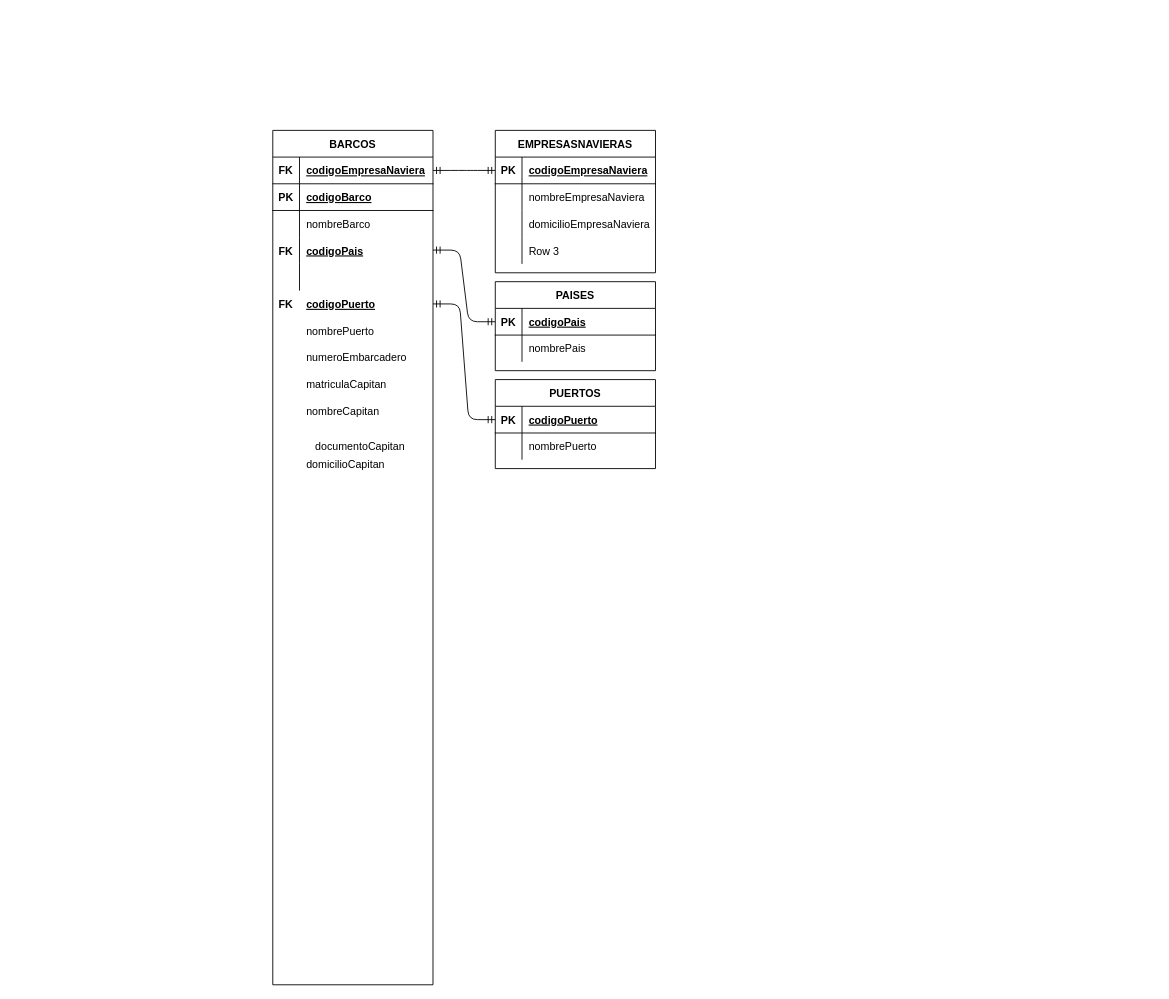
Earlier version of the draw.io diagram TPI_Barcos/DER.drawio (FedericoRocca/DyADDBB_1erCuatrimestre_2021). Source tidied: cells renumbered, new cells numbered last; positions are measured from the earlier drawing's top-left corner, leaving out a move shared by most shapes. Both pictures are drawn from the tidied source at 89%, with x=0, y=0 at pixel (272, 130).
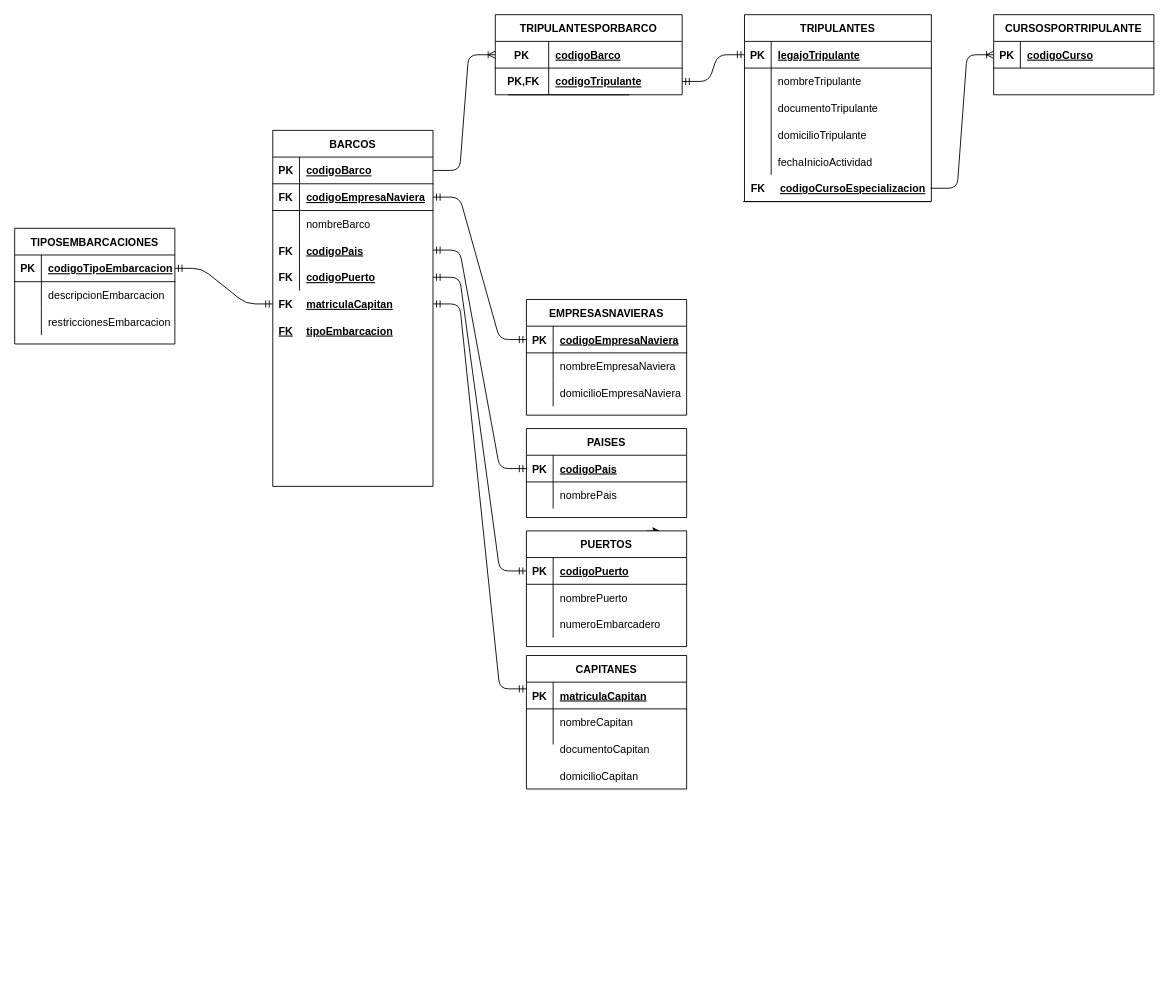
After the change.

Commit message:
Se agregan relaciones faltantes

What changed in the source:
```diff
@@
     <mxCell id="2" value="BARCOS" style="shape=table;startSize=30;childLayout=tableLayout;rowLines=0;fontStyle=1;align=center;" parent="1" vertex="1">
-      <mxGeometry width="180" height="960" as="geometry" />
+      <mxGeometry width="180" height="400" as="geometry" />
     </mxCell>
+    <mxCell id="6" style="shape=partialRectangle;fillColor=none;top=0;left=0;bottom=1;right=0;points=[[0,0.5],[1,0.5]];portConstraint=eastwest;" parent="2" vertex="1">
+      <mxGeometry y="30" width="180" height="30" as="geometry" />
+    </mxCell>
+    <mxCell id="7" value="PK" style="shape=partialRectangle;fillColor=none;top=0;left=0;bottom=0;right=0;fontStyle=1;overflow=hidden;" parent="6" vertex="1">
+      <mxGeometry width="30" height="30" as="geometry" />
+    </mxCell>
+    <mxCell id="8" value="codigoBarco" style="shape=partialRectangle;fillColor=none;top=0;left=0;bottom=0;right=0;align=left;spacingLeft=6;fontStyle=5;overflow=hidden;" parent="6" vertex="1">
+      <mxGeometry x="30" width="150" height="30" as="geometry" />
+    </mxCell>
     <mxCell id="3" style="shape=partialRectangle;fillColor=none;top=0;left=0;bottom=1;right=0;points=[[0,0.5],[1,0.5]];portConstraint=eastwest;" parent="2" vertex="1">
-      <mxGeometry y="30" width="180" height="30" as="geometry" />
+      <mxGeometry y="60" width="180" height="30" as="geometry" />
     </mxCell>
@@
-    <mxCell id="6" style="shape=partialRectangle;fillColor=none;top=0;left=0;bottom=1;right=0;points=[[0,0.5],[1,0.5]];portConstraint=eastwest;" parent="2" vertex="1">
-      <mxGeometry y="60" width="180" height="30" as="geometry" />
-    </mxCell>
-    <mxCell id="7" value="PK" style="shape=partialRectangle;fillColor=none;top=0;left=0;bottom=0;right=0;fontStyle=1;overflow=hidden;" parent="6" vertex="1">
-      <mxGeometry width="30" height="30" as="geometry" />
-    </mxCell>
-    <mxCell id="8" value="codigoBarco" style="shape=partialRectangle;fillColor=none;top=0;left=0;bottom=0;right=0;align=left;spacingLeft=6;fontStyle=5;overflow=hidden;" parent="6" vertex="1">
-      <mxGeometry x="30" width="150" height="30" as="geometry" />
-    </mxCell>
@@
     <mxCell id="21" style="shape=partialRectangle;fillColor=none;top=0;left=0;bottom=0;right=0;points=[[0,0.5],[1,0.5]];portConstraint=eastwest;fontStyle=1;" parent="1" vertex="1">
-      <mxGeometry y="180" width="180" height="30" as="geometry" />
+      <mxGeometry y="150" width="180" height="30" as="geometry" />
     </mxCell>
@@
-    <mxCell id="24" style="shape=partialRectangle;fillColor=none;top=0;left=0;bottom=0;right=0;" parent="1" vertex="1">
-      <mxGeometry y="210" width="180" height="30" as="geometry" />
-    </mxCell>
-    <mxCell id="25" style="shape=partialRectangle;fillColor=none;top=0;left=0;bottom=0;right=0;overflow=hidden;" parent="24" vertex="1">
-      <mxGeometry width="30" height="30" as="geometry" />
-    </mxCell>
-    <mxCell id="26" value="nombrePuerto" style="shape=partialRectangle;fillColor=none;top=0;left=0;bottom=0;right=0;align=left;spacingLeft=6;overflow=hidden;" parent="24" vertex="1">
-      <mxGeometry x="30" width="150" height="30" as="geometry" />
-    </mxCell>
-    <mxCell id="27" style="shape=partialRectangle;fillColor=none;top=0;left=0;bottom=0;right=0;" parent="1" vertex="1">
-      <mxGeometry y="240" width="180" height="30" as="geometry" />
-    </mxCell>
-    <mxCell id="28" style="shape=partialRectangle;fillColor=none;top=0;left=0;bottom=0;right=0;overflow=hidden;" parent="27" vertex="1">
-      <mxGeometry width="30" height="30" as="geometry" />
-    </mxCell>
-    <mxCell id="29" value="numeroEmbarcadero" style="shape=partialRectangle;fillColor=none;top=0;left=0;bottom=0;right=0;align=left;spacingLeft=6;overflow=hidden;" parent="27" vertex="1">
-      <mxGeometry x="30" width="150" height="30" as="geometry" />
-    </mxCell>
     <mxCell id="30" style="shape=partialRectangle;fillColor=none;top=0;left=0;bottom=0;right=0;points=[[0,0.5],[1,0.5]];portConstraint=eastwest;" parent="1" vertex="1">
-      <mxGeometry y="270" width="180" height="30" as="geometry" />
+      <mxGeometry y="180" width="180" height="30" as="geometry" />
     </mxCell>
-    <mxCell id="31" style="shape=partialRectangle;fillColor=none;top=0;left=0;bottom=0;right=0;overflow=hidden;" parent="30" vertex="1">
+    <mxCell id="31" value="FK" style="shape=partialRectangle;fillColor=none;top=0;left=0;bottom=0;right=0;overflow=hidden;fontStyle=1;" parent="30" vertex="1">
       <mxGeometry width="30" height="30" as="geometry" />
     </mxCell>
-    <mxCell id="32" value="matriculaCapitan" style="shape=partialRectangle;fillColor=none;top=0;left=0;bottom=0;right=0;align=left;spacingLeft=6;overflow=hidden;" parent="30" vertex="1">
+    <mxCell id="32" value="matriculaCapitan" style="shape=partialRectangle;fillColor=none;top=0;left=0;bottom=0;right=0;align=left;spacingLeft=6;overflow=hidden;fontStyle=5;" parent="30" vertex="1">
       <mxGeometry x="30" width="150" height="30" as="geometry" />
     </mxCell>
     <mxCell id="33" style="shape=partialRectangle;fillColor=none;top=0;left=0;bottom=0;right=0;" parent="1" vertex="1">
-      <mxGeometry y="300" width="180" height="30" as="geometry" />
+      <mxGeometry x="285" y="650" width="180" height="30" as="geometry" />
     </mxCell>
@@
     <mxCell id="36" style="shape=partialRectangle;fillColor=none;top=0;left=0;bottom=0;right=0;" parent="1" vertex="1">
-      <mxGeometry x="10" y="340" width="180" height="30" as="geometry" />
+      <mxGeometry x="285" y="680" width="180" height="30" as="geometry" />
     </mxCell>
@@
     <mxCell id="39" style="shape=partialRectangle;fillColor=none;top=0;left=0;bottom=0;right=0;" parent="1" vertex="1">
-      <mxGeometry y="360" width="180" height="30" as="geometry" />
+      <mxGeometry x="285" y="710" width="180" height="30" as="geometry" />
     </mxCell>
@@
     <mxCell id="42" value="EMPRESASNAVIERAS" style="shape=table;startSize=30;childLayout=tableLayout;rowLines=0;fontStyle=1;align=center;" parent="1" vertex="1">
-      <mxGeometry x="250" width="180" height="160" as="geometry" />
+      <mxGeometry x="285" y="190" width="180" height="130" as="geometry" />
     </mxCell>
@@
-    <mxCell id="52" style="shape=partialRectangle;fillColor=none;top=0;left=0;bottom=0;right=0;" parent="42" vertex="1">
-      <mxGeometry y="120" width="180" height="30" as="geometry" />
-    </mxCell>
-    <mxCell id="53" style="shape=partialRectangle;fillColor=none;top=0;left=0;bottom=0;right=0;overflow=hidden;" parent="52" vertex="1">
-      <mxGeometry width="30" height="30" as="geometry" />
-    </mxCell>
-    <mxCell id="54" value="Row 3" style="shape=partialRectangle;fillColor=none;top=0;left=0;bottom=0;right=0;align=left;spacingLeft=6;overflow=hidden;" parent="52" vertex="1">
-      <mxGeometry x="30" width="150" height="30" as="geometry" />
-    </mxCell>
@@
     <mxCell id="56" value="PAISES" style="shape=table;startSize=30;childLayout=tableLayout;rowLines=0;fontStyle=1;align=center;" parent="1" vertex="1">
-      <mxGeometry x="250" y="170" width="180" height="100" as="geometry" />
+      <mxGeometry x="285" y="335" width="180" height="100" as="geometry" />
     </mxCell>
@@
+    <mxCell id="72" style="edgeStyle=orthogonalEdgeStyle;rounded=0;jettySize=auto;html=1;exitX=0.75;exitY=0;exitDx=0;exitDy=0;" parent="1" edge="1" source="64">
+      <mxGeometry relative="1" as="geometry">
+        <mxPoint x="435" y="450" as="targetPoint" />
+      </mxGeometry>
+    </mxCell>
     <mxCell id="64" value="PUERTOS" style="shape=table;startSize=30;childLayout=tableLayout;rowLines=0;fontStyle=1;align=center;" parent="1" vertex="1">
-      <mxGeometry x="250" y="280" width="180" height="100" as="geometry" />
+      <mxGeometry x="285" y="450" width="180" height="130" as="geometry" />
     </mxCell>
@@
+    <mxCell id="73" style="shape=partialRectangle;fillColor=none;top=0;left=0;bottom=0;right=0;" parent="64" vertex="1">
+      <mxGeometry y="90" width="180" height="30" as="geometry" />
+    </mxCell>
+    <mxCell id="74" style="shape=partialRectangle;fillColor=none;top=0;left=0;bottom=0;right=0;overflow=hidden;" parent="73" vertex="1">
+      <mxGeometry width="30" height="30" as="geometry" />
+    </mxCell>
+    <mxCell id="29" value="numeroEmbarcadero" style="shape=partialRectangle;fillColor=none;top=0;left=0;bottom=0;right=0;align=left;spacingLeft=6;overflow=hidden;" parent="73" vertex="1">
+      <mxGeometry x="30" width="150" height="30" as="geometry" />
+    </mxCell>
@@
+    <mxCell id="75" value="CAPITANES" style="shape=table;startSize=30;childLayout=tableLayout;rowLines=0;fontStyle=1;align=center;" parent="1" vertex="1">
+      <mxGeometry x="285" y="590" width="180" height="150" as="geometry" />
+    </mxCell>
+    <mxCell id="76" style="shape=partialRectangle;fillColor=none;top=0;left=0;bottom=1;right=0;" parent="75" vertex="1">
+      <mxGeometry y="30" width="180" height="30" as="geometry" />
+    </mxCell>
+    <mxCell id="77" value="PK" style="shape=partialRectangle;fillColor=none;top=0;left=0;bottom=0;right=0;fontStyle=1;overflow=hidden;" parent="76" vertex="1">
+      <mxGeometry width="30" height="30" as="geometry" />
+    </mxCell>
+    <mxCell id="78" value="matriculaCapitan" style="shape=partialRectangle;fillColor=none;top=0;left=0;bottom=0;right=0;align=left;spacingLeft=6;fontStyle=5;overflow=hidden;" parent="76" vertex="1">
+      <mxGeometry x="30" width="150" height="30" as="geometry" />
+    </mxCell>
+    <mxCell id="79" style="shape=partialRectangle;fillColor=none;top=0;left=0;bottom=0;right=0;" parent="75" vertex="1">
+      <mxGeometry y="60" width="180" height="40" as="geometry" />
+    </mxCell>
+    <mxCell id="80" style="shape=partialRectangle;fillColor=none;top=0;left=0;bottom=0;right=0;overflow=hidden;" parent="79" vertex="1">
+      <mxGeometry width="30" height="40" as="geometry" />
+    </mxCell>
+    <mxCell id="81" style="shape=partialRectangle;fillColor=none;top=0;left=0;bottom=0;right=0;align=left;spacingLeft=6;overflow=hidden;" parent="79" vertex="1">
+      <mxGeometry x="30" width="150" height="40" as="geometry" />
+    </mxCell>
+    <mxCell id="82" style="edgeStyle=entityRelationEdgeStyle;fontSize=12;html=1;endArrow=ERmandOne;startArrow=ERmandOne;entryX=0;entryY=0.25;entryDx=0;entryDy=0;exitX=1;exitY=0.5;exitDx=0;exitDy=0;" parent="1" edge="1" source="30" target="75">
+      <mxGeometry relative="1" as="geometry" />
+    </mxCell>
+    <mxCell id="83" value="TRIPULANTESPORBARCO" style="shape=table;startSize=30;childLayout=tableLayout;rowLines=0;fontStyle=1;align=center;" parent="1" vertex="1">
+      <mxGeometry x="250" y="-130" width="210" height="90" as="geometry" />
+    </mxCell>
+    <mxCell id="84" style="shape=partialRectangle;fillColor=none;top=0;left=0;bottom=1;right=0;points=[[0,0.5],[1,0.5]];portConstraint=eastwest;" parent="83" vertex="1">
+      <mxGeometry y="30" width="210" height="30" as="geometry" />
+    </mxCell>
+    <mxCell id="85" value="PK" style="shape=partialRectangle;fillColor=none;top=0;left=0;bottom=0;right=0;fontStyle=1;overflow=hidden;" parent="84" vertex="1">
+      <mxGeometry width="60" height="30" as="geometry" />
+    </mxCell>
+    <mxCell id="86" value="codigoBarco" style="shape=partialRectangle;fillColor=none;top=0;left=0;bottom=0;right=0;align=left;spacingLeft=6;fontStyle=5;overflow=hidden;" parent="84" vertex="1">
+      <mxGeometry x="60" width="150" height="30" as="geometry" />
+    </mxCell>
+    <mxCell id="87" style="shape=partialRectangle;fillColor=none;top=0;left=0;bottom=0;right=0;points=[[0,0.5],[1,0.5]];portConstraint=eastwest;" parent="83" vertex="1">
+      <mxGeometry y="60" width="210" height="30" as="geometry" />
+    </mxCell>
+    <mxCell id="88" style="shape=partialRectangle;fillColor=none;top=0;left=0;bottom=0;right=0;overflow=hidden;" parent="87" vertex="1">
+      <mxGeometry width="60" height="30" as="geometry" />
+    </mxCell>
+    <mxCell id="89" style="shape=partialRectangle;fillColor=none;top=0;left=0;bottom=0;right=0;align=left;spacingLeft=6;overflow=hidden;" parent="87" vertex="1">
+      <mxGeometry x="60" width="150" height="30" as="geometry" />
+    </mxCell>
+    <mxCell id="90" style="edgeStyle=entityRelationEdgeStyle;fontSize=12;html=1;endArrow=ERoneToMany;exitX=1;exitY=0.5;exitDx=0;exitDy=0;entryX=0;entryY=0.5;entryDx=0;entryDy=0;" parent="1" edge="1" source="6" target="84">
+      <mxGeometry relative="1" as="geometry" />
+    </mxCell>
+    <mxCell id="91" style="shape=partialRectangle;fillColor=none;top=0;left=0;bottom=1;right=0;" parent="1" vertex="1">
+      <mxGeometry x="265" y="-70" width="135" height="30" as="geometry" />
+    </mxCell>
+    <mxCell id="92" value="PK,FK" style="shape=partialRectangle;fillColor=none;top=0;left=0;bottom=0;right=0;fontStyle=1;overflow=hidden;" parent="91" vertex="1">
+      <mxGeometry x="-5" width="43.8" height="30" as="geometry" />
+    </mxCell>
+    <mxCell id="93" value="codigoTripulante" style="shape=partialRectangle;fillColor=none;top=0;left=0;bottom=0;right=0;align=left;spacingLeft=6;fontStyle=5;overflow=hidden;" parent="91" vertex="1">
+      <mxGeometry x="45" width="112.5" height="30" as="geometry" />
+    </mxCell>
+    <mxCell id="94" value="TRIPULANTES" style="shape=table;startSize=30;childLayout=tableLayout;rowLines=0;fontStyle=1;align=center;" parent="1" vertex="1">
+      <mxGeometry x="530" y="-130" width="210" height="210" as="geometry" />
+    </mxCell>
+    <mxCell id="95" style="shape=partialRectangle;fillColor=none;top=0;left=0;bottom=1;right=0;points=[[0,0.5],[1,0.5]];portConstraint=eastwest;" parent="94" vertex="1">
+      <mxGeometry y="30" width="210" height="30" as="geometry" />
+    </mxCell>
+    <mxCell id="96" value="PK" style="shape=partialRectangle;fillColor=none;top=0;left=0;bottom=0;right=0;fontStyle=1;overflow=hidden;" parent="95" vertex="1">
+      <mxGeometry width="30" height="30" as="geometry" />
+    </mxCell>
+    <mxCell id="97" value="legajoTripulante" style="shape=partialRectangle;fillColor=none;top=0;left=0;bottom=0;right=0;align=left;spacingLeft=6;fontStyle=5;overflow=hidden;" parent="95" vertex="1">
+      <mxGeometry x="30" width="180" height="30" as="geometry" />
+    </mxCell>
+    <mxCell id="98" style="shape=partialRectangle;fillColor=none;top=0;left=0;bottom=0;right=0;" parent="94" vertex="1">
+      <mxGeometry y="60" width="210" height="30" as="geometry" />
+    </mxCell>
+    <mxCell id="99" style="shape=partialRectangle;fillColor=none;top=0;left=0;bottom=0;right=0;overflow=hidden;" parent="98" vertex="1">
+      <mxGeometry width="30" height="30" as="geometry" />
+    </mxCell>
+    <mxCell id="100" value="nombreTripulante" style="shape=partialRectangle;fillColor=none;top=0;left=0;bottom=0;right=0;align=left;spacingLeft=6;overflow=hidden;" parent="98" vertex="1">
+      <mxGeometry x="30" width="180" height="30" as="geometry" />
+    </mxCell>
+    <mxCell id="101" style="shape=partialRectangle;fillColor=none;top=0;left=0;bottom=0;right=0;" parent="94" vertex="1">
+      <mxGeometry y="90" width="210" height="30" as="geometry" />
+    </mxCell>
+    <mxCell id="102" style="shape=partialRectangle;fillColor=none;top=0;left=0;bottom=0;right=0;overflow=hidden;" parent="101" vertex="1">
+      <mxGeometry width="30" height="30" as="geometry" />
+    </mxCell>
+    <mxCell id="103" value="documentoTripulante" style="shape=partialRectangle;fillColor=none;top=0;left=0;bottom=0;right=0;align=left;spacingLeft=6;overflow=hidden;" parent="101" vertex="1">
+      <mxGeometry x="30" width="180" height="30" as="geometry" />
+    </mxCell>
+    <mxCell id="104" style="shape=partialRectangle;fillColor=none;top=0;left=0;bottom=0;right=0;" parent="94" vertex="1">
+      <mxGeometry y="120" width="210" height="30" as="geometry" />
+    </mxCell>
+    <mxCell id="105" style="shape=partialRectangle;fillColor=none;top=0;left=0;bottom=0;right=0;overflow=hidden;" parent="104" vertex="1">
+      <mxGeometry width="30" height="30" as="geometry" />
+    </mxCell>
+    <mxCell id="106" value="domicilioTripulante" style="shape=partialRectangle;fillColor=none;top=0;left=0;bottom=0;right=0;align=left;spacingLeft=6;overflow=hidden;" parent="104" vertex="1">
+      <mxGeometry x="30" width="180" height="30" as="geometry" />
+    </mxCell>
+    <mxCell id="107" style="shape=partialRectangle;fillColor=none;top=0;left=0;bottom=0;right=0;" parent="94" vertex="1">
+      <mxGeometry y="150" width="210" height="30" as="geometry" />
+    </mxCell>
+    <mxCell id="108" style="shape=partialRectangle;fillColor=none;top=0;left=0;bottom=0;right=0;overflow=hidden;" parent="107" vertex="1">
+      <mxGeometry width="30" height="30" as="geometry" />
+    </mxCell>
+    <mxCell id="109" value="fechaInicioActividad" style="shape=partialRectangle;fillColor=none;top=0;left=0;bottom=0;right=0;align=left;spacingLeft=6;overflow=hidden;" parent="107" vertex="1">
+      <mxGeometry x="30" width="180" height="30" as="geometry" />
+    </mxCell>
+    <mxCell id="110" style="edgeStyle=entityRelationEdgeStyle;fontSize=12;html=1;endArrow=ERmandOne;startArrow=ERmandOne;entryX=0;entryY=0.5;entryDx=0;entryDy=0;exitX=1;exitY=0.5;exitDx=0;exitDy=0;" parent="1" edge="1" source="87" target="95">
+      <mxGeometry relative="1" as="geometry" />
+    </mxCell>
+    <mxCell id="111" style="shape=partialRectangle;fillColor=none;top=0;left=0;bottom=1;right=0;points=[[0,0.5],[1,0.5]];portConstraint=eastwest;" parent="1" vertex="1">
+      <mxGeometry x="529" y="50" width="210" height="30" as="geometry" />
+    </mxCell>
+    <mxCell id="112" value="FK" style="shape=partialRectangle;fillColor=none;top=0;left=0;bottom=0;right=0;fontStyle=1;overflow=hidden;" parent="111" vertex="1">
+      <mxGeometry width="33.3" height="30" as="geometry" />
+    </mxCell>
+    <mxCell id="113" value="codigoCursoEspecializacion" style="shape=partialRectangle;fillColor=none;top=0;left=0;bottom=0;right=0;align=left;spacingLeft=6;fontStyle=5;overflow=hidden;" parent="111" vertex="1">
+      <mxGeometry x="33.3" width="176.7" height="30" as="geometry" />
+    </mxCell>
+    <mxCell id="114" value="CURSOSPORTRIPULANTE" style="shape=table;startSize=30;childLayout=tableLayout;rowLines=0;fontStyle=1;align=center;" parent="1" vertex="1">
+      <mxGeometry x="810" y="-130" width="180" height="90" as="geometry" />
+    </mxCell>
+    <mxCell id="115" style="shape=partialRectangle;fillColor=none;top=0;left=0;bottom=1;right=0;points=[[0,0.5],[1,0.5]];portConstraint=eastwest;" parent="114" vertex="1">
+      <mxGeometry y="30" width="180" height="30" as="geometry" />
+    </mxCell>
+    <mxCell id="116" value="PK" style="shape=partialRectangle;fillColor=none;top=0;left=0;bottom=0;right=0;fontStyle=1;overflow=hidden;" parent="115" vertex="1">
+      <mxGeometry width="30" height="30" as="geometry" />
+    </mxCell>
+    <mxCell id="117" value="codigoCurso" style="shape=partialRectangle;fillColor=none;top=0;left=0;bottom=0;right=0;align=left;spacingLeft=6;fontStyle=5;overflow=hidden;" parent="115" vertex="1">
+      <mxGeometry x="30" width="150" height="30" as="geometry" />
+    </mxCell>
+    <mxCell id="118" style="edgeStyle=entityRelationEdgeStyle;fontSize=12;html=1;endArrow=ERoneToMany;exitX=1;exitY=0.5;exitDx=0;exitDy=0;entryX=0;entryY=0.5;entryDx=0;entryDy=0;" parent="1" edge="1" source="111" target="115">
+      <mxGeometry relative="1" as="geometry" />
+    </mxCell>
+    <mxCell id="119" value="TIPOSEMBARCACIONES" style="shape=table;startSize=30;childLayout=tableLayout;rowLines=0;fontStyle=1;align=center;" parent="1" vertex="1">
+      <mxGeometry x="-290" y="110" width="180" height="130" as="geometry" />
+    </mxCell>
+    <mxCell id="120" style="shape=partialRectangle;fillColor=none;top=0;left=0;bottom=1;right=0;points=[[0,0.5],[1,0.5]];portConstraint=eastwest;" parent="119" vertex="1">
+      <mxGeometry y="30" width="180" height="30" as="geometry" />
+    </mxCell>
+    <mxCell id="121" value="PK" style="shape=partialRectangle;fillColor=none;top=0;left=0;bottom=0;right=0;fontStyle=1;overflow=hidden;" parent="120" vertex="1">
+      <mxGeometry width="30" height="30" as="geometry" />
+    </mxCell>
+    <mxCell id="122" value="codigoTipoEmbarcacion" style="shape=partialRectangle;fillColor=none;top=0;left=0;bottom=0;right=0;align=left;spacingLeft=6;fontStyle=5;overflow=hidden;" parent="120" vertex="1">
+      <mxGeometry x="30" width="150" height="30" as="geometry" />
+    </mxCell>
+    <mxCell id="123" style="shape=partialRectangle;fillColor=none;top=0;left=0;bottom=0;right=0;" parent="119" vertex="1">
+      <mxGeometry y="60" width="180" height="30" as="geometry" />
+    </mxCell>
+    <mxCell id="124" style="shape=partialRectangle;fillColor=none;top=0;left=0;bottom=0;right=0;overflow=hidden;" parent="123" vertex="1">
+      <mxGeometry width="30" height="30" as="geometry" />
+    </mxCell>
+    <mxCell id="125" value="descripcionEmbarcacion" style="shape=partialRectangle;fillColor=none;top=0;left=0;bottom=0;right=0;align=left;spacingLeft=6;overflow=hidden;" parent="123" vertex="1">
+      <mxGeometry x="30" width="150" height="30" as="geometry" />
+    </mxCell>
+    <mxCell id="126" style="shape=partialRectangle;fillColor=none;top=0;left=0;bottom=0;right=0;" parent="119" vertex="1">
+      <mxGeometry y="90" width="180" height="30" as="geometry" />
+    </mxCell>
+    <mxCell id="127" style="shape=partialRectangle;fillColor=none;top=0;left=0;bottom=0;right=0;overflow=hidden;" parent="126" vertex="1">
+      <mxGeometry width="30" height="30" as="geometry" />
+    </mxCell>
+    <mxCell id="128" value="restriccionesEmbarcacion" style="shape=partialRectangle;fillColor=none;top=0;left=0;bottom=0;right=0;align=left;spacingLeft=6;overflow=hidden;" parent="126" vertex="1">
+      <mxGeometry x="30" width="150" height="30" as="geometry" />
+    </mxCell>
+    <mxCell id="129" style="shape=table;startSize=0;childLayout=tableLayout;rowLines=0;fontStyle=0;align=center;strokeColor=none;fillColor=none;" parent="1" vertex="1">
+      <mxGeometry y="210" width="180" height="30" as="geometry" />
+    </mxCell>
+    <mxCell id="130" style="shape=partialRectangle;fillColor=none;top=0;left=0;bottom=0;right=0;" parent="129" vertex="1">
+      <mxGeometry width="180" height="30" as="geometry" />
+    </mxCell>
+    <mxCell id="131" value="FK" style="shape=partialRectangle;fillColor=none;top=0;left=0;bottom=0;right=0;overflow=hidden;fontStyle=5;" parent="130" vertex="1">
+      <mxGeometry width="30" height="30" as="geometry" />
+    </mxCell>
+    <mxCell id="132" value="tipoEmbarcacion" style="shape=partialRectangle;fillColor=none;top=0;left=0;bottom=0;right=0;align=left;spacingLeft=6;overflow=hidden;fontStyle=5;" parent="130" vertex="1">
+      <mxGeometry x="30" width="150" height="30" as="geometry" />
+    </mxCell>
+    <mxCell id="133" style="edgeStyle=entityRelationEdgeStyle;fontSize=12;html=1;endArrow=ERmandOne;startArrow=ERmandOne;entryX=1;entryY=0.5;entryDx=0;entryDy=0;exitX=0;exitY=0.5;exitDx=0;exitDy=0;" parent="1" edge="1" source="30" target="120">
+      <mxGeometry relative="1" as="geometry" />
+    </mxCell>
```
